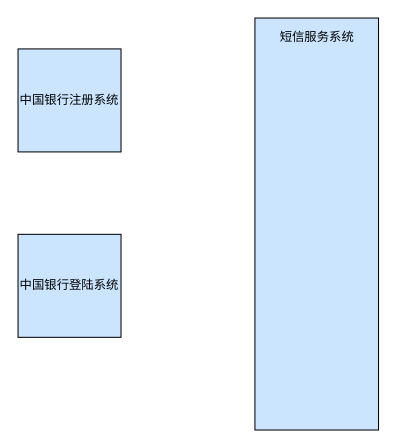
Above: 整体架构图.drawio in Foward-Fu/Demo (draw.io), before the change. Source tidied: cells renumbered, new cells numbered last; positions are measured from the earlier drawing's top-left corner, leaving out a move shared by most shapes. Both pictures are drawn from the tidied source at 103%, with x=0, y=0 at pixel (18, 18).
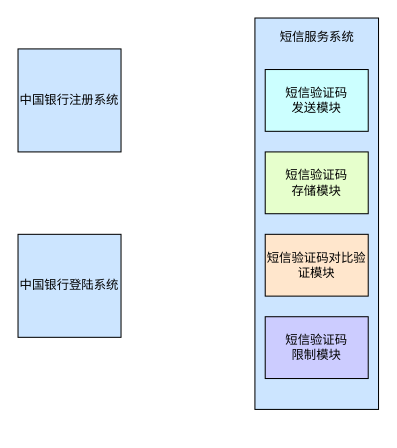
Above is the later version.

Commit message (it also covers changes not shown here):
更新整体架构图.drawio

Diff of the diagram source:
```diff
@@
 <mxGraphModel>
   <root>
     <mxCell id="0" />
     <mxCell id="1" parent="0" />
     <mxCell id="2" value="中国银行注册系统" style="rounded=0;whiteSpace=wrap;html=1;fillColor=#CCE5FF;" parent="1" vertex="1">
       <mxGeometry y="30" width="100" height="100" as="geometry" />
     </mxCell>
     <mxCell id="3" value="中国银行登陆系统" style="rounded=0;whiteSpace=wrap;html=1;fillColor=#CCE5FF;" parent="1" vertex="1">
       <mxGeometry y="210" width="100" height="100" as="geometry" />
     </mxCell>
     <mxCell id="4" style="rounded=0;whiteSpace=wrap;html=1;fillColor=#CCE5FF;" parent="1" vertex="1">
-      <mxGeometry x="230" width="120" height="400" as="geometry" />
+      <mxGeometry x="230" width="120" height="380" as="geometry" />
     </mxCell>
     <mxCell id="5" value="短信服务系统" style="text;html=1;align=center;verticalAlign=middle;fillColor=none;strokeColor=none;rounded=0;" parent="1" vertex="1">
       <mxGeometry x="240" y="4" width="100" height="30" as="geometry" />
     </mxCell>
+    <mxCell id="6" value="短信验证码&lt;br&gt;发送模块" style="rounded=0;whiteSpace=wrap;html=1;fillColor=#CCFFFF;" parent="1" vertex="1">
+      <mxGeometry x="240" y="50" width="100" height="60" as="geometry" />
+    </mxCell>
+    <mxCell id="7" value="短信验证码&lt;br&gt;存储模块" style="rounded=0;whiteSpace=wrap;html=1;fillColor=#E6FFCC;" parent="1" vertex="1">
+      <mxGeometry x="240" y="130" width="100" height="60" as="geometry" />
+    </mxCell>
+    <mxCell id="8" value="短信验证码对比验证模块" style="rounded=0;whiteSpace=wrap;html=1;fillColor=#FFE6CC;" parent="1" vertex="1">
+      <mxGeometry x="240" y="210" width="100" height="60" as="geometry" />
+    </mxCell>
+    <mxCell id="9" value="短信验证码&lt;br&gt;限制模块" style="rounded=0;whiteSpace=wrap;html=1;fillColor=#CCCCFF;" parent="1" vertex="1">
+      <mxGeometry x="240" y="290" width="100" height="60" as="geometry" />
+    </mxCell>
   </root>
 </mxGraphModel>
```
